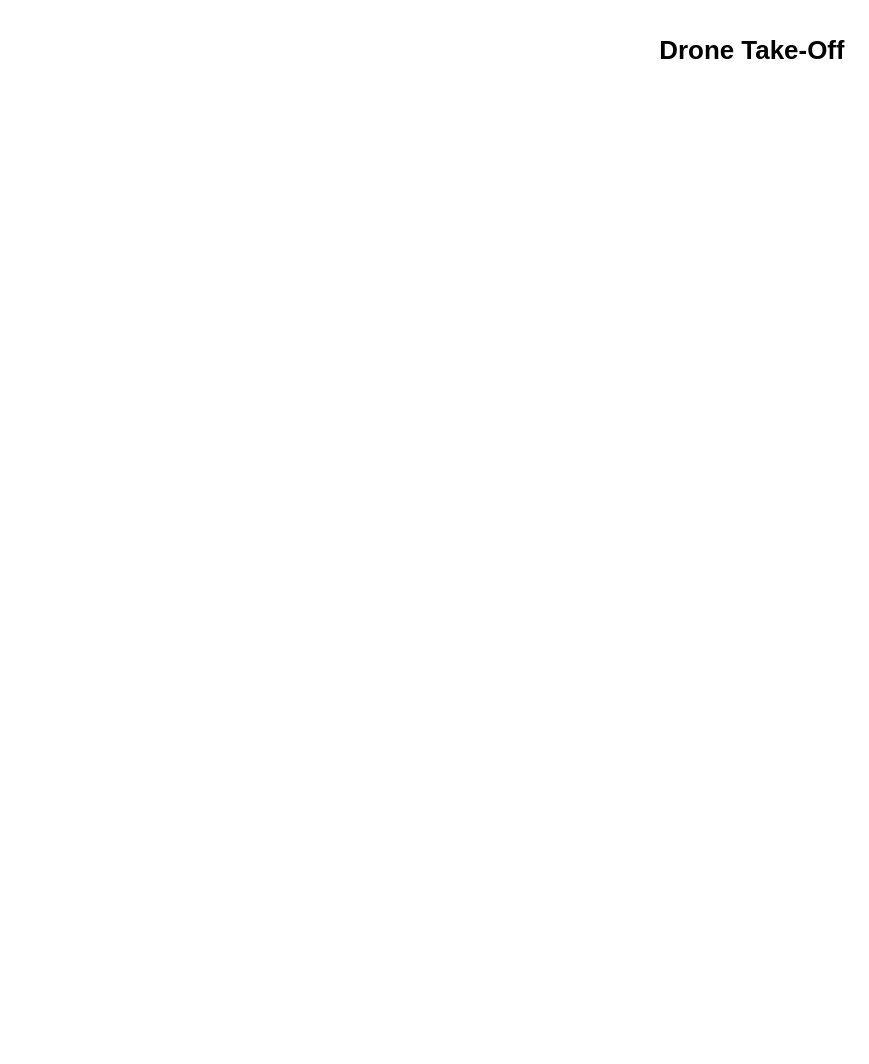
Above: page "Drone-Take-Off" (6 of 9) of Drawio-Diagrams/Nest Behavioral Diagrams Fall-2020.drawio in impress-msu/Documentation (draw.io), before the change. Source tidied: cells renumbered, new cells numbered last; positions are measured from the earlier drawing's top-left corner, leaving out a move shared by most shapes. Both pictures are drawn from the tidied source at 108%, with x=0, y=0 at pixel (634, 29).
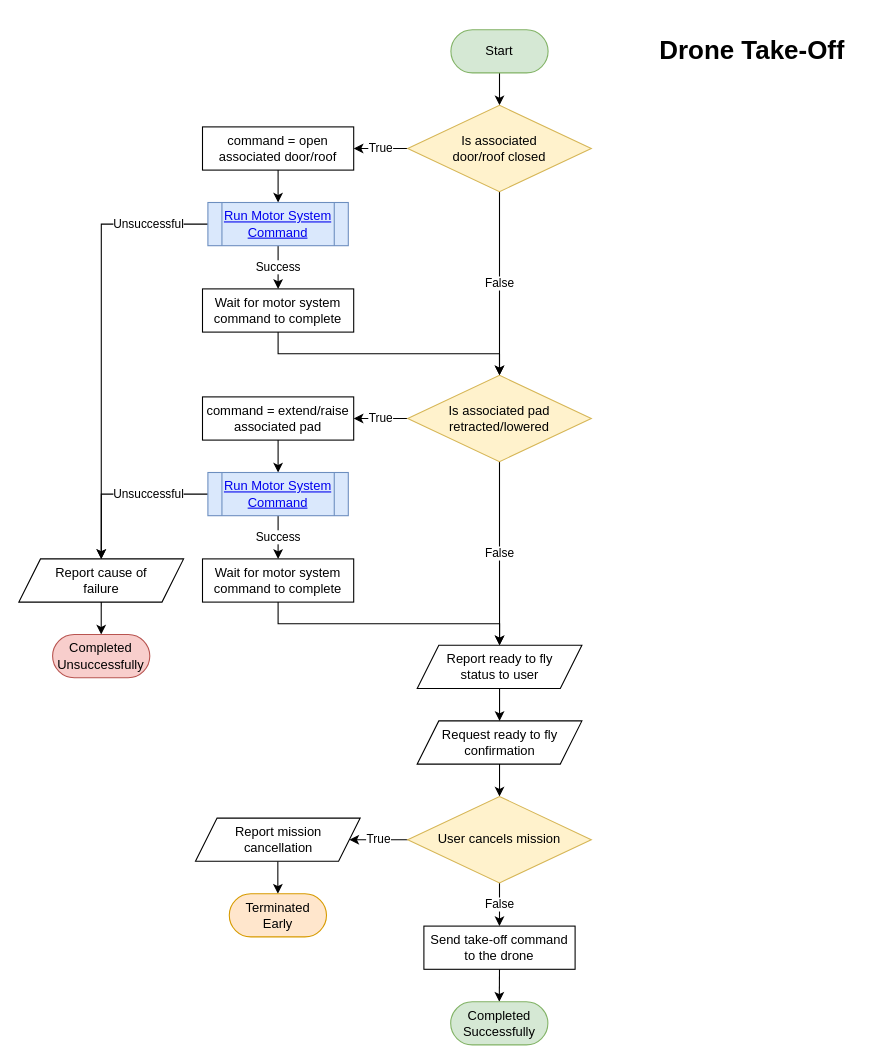
The same diagram, later.

Commit message (it also covers changes not shown here):
Added take-off and landing diagrams

Change to the diagram source:
```diff
@@
+    <mxCell id="3" style="edgeStyle=orthogonalEdgeStyle;rounded=0;jettySize=auto;html=1;exitX=0.5;exitY=1;exitDx=0;exitDy=0;entryX=0.5;entryY=0;entryDx=0;entryDy=0;" parent="1" edge="1" source="4" target="7">
+      <mxGeometry relative="1" as="geometry" />
+    </mxCell>
+    <mxCell id="4" value="Start" style="rounded=1;whiteSpace=wrap;html=1;arcSize=50;fillColor=#d5e8d4;strokeColor=#82b366;" parent="1" vertex="1">
+      <mxGeometry x="-170" width="90" height="40" as="geometry" />
+    </mxCell>
+    <mxCell id="5" value="True" style="edgeStyle=orthogonalEdgeStyle;rounded=0;jettySize=auto;html=1;exitX=0;exitY=0.5;exitDx=0;exitDy=0;entryX=1;entryY=0.5;entryDx=0;entryDy=0;" parent="1" edge="1" source="7" target="12">
+      <mxGeometry relative="1" as="geometry" />
+    </mxCell>
+    <mxCell id="6" value="False" style="edgeStyle=orthogonalEdgeStyle;rounded=0;jettySize=auto;html=1;exitX=0.5;exitY=1;exitDx=0;exitDy=0;" parent="1" edge="1" source="7" target="10">
+      <mxGeometry relative="1" as="geometry" />
+    </mxCell>
+    <mxCell id="7" value="Is associated &#10;door/roof closed" style="rhombus;whiteSpace=wrap;spacing=20;spacingLeft=0;fillColor=#fff2cc;strokeColor=#d6b656;" parent="1" vertex="1">
+      <mxGeometry x="-210" y="70" width="170" height="80" as="geometry" />
+    </mxCell>
+    <mxCell id="8" value="True" style="edgeStyle=orthogonalEdgeStyle;rounded=0;jettySize=auto;html=1;exitX=0;exitY=0.5;exitDx=0;exitDy=0;entryX=1;entryY=0.5;entryDx=0;entryDy=0;" parent="1" edge="1" source="10" target="14">
+      <mxGeometry relative="1" as="geometry" />
+    </mxCell>
+    <mxCell id="9" value="False" style="edgeStyle=orthogonalEdgeStyle;rounded=0;jettySize=auto;html=1;exitX=0.5;exitY=1;exitDx=0;exitDy=0;entryX=0.5;entryY=0;entryDx=0;entryDy=0;" parent="1" edge="1" source="10" target="25">
+      <mxGeometry relative="1" as="geometry" />
+    </mxCell>
+    <mxCell id="10" value="Is associated pad retracted/lowered" style="rhombus;whiteSpace=wrap;spacing=20;spacingLeft=0;fillColor=#fff2cc;strokeColor=#d6b656;" parent="1" vertex="1">
+      <mxGeometry x="-210" y="320" width="170" height="80" as="geometry" />
+    </mxCell>
+    <mxCell id="11" style="edgeStyle=orthogonalEdgeStyle;rounded=0;jettySize=auto;html=1;exitX=0.5;exitY=1;exitDx=0;exitDy=0;entryX=0.5;entryY=0;entryDx=0;entryDy=0;" parent="1" edge="1" source="12" target="17">
+      <mxGeometry relative="1" as="geometry" />
+    </mxCell>
+    <mxCell id="12" value="command = open associated door/roof" style="rounded=0;whiteSpace=wrap;html=1;" parent="1" vertex="1">
+      <mxGeometry x="-400" y="90" width="140" height="40" as="geometry" />
+    </mxCell>
+    <mxCell id="13" style="edgeStyle=orthogonalEdgeStyle;rounded=0;jettySize=auto;html=1;exitX=0.5;exitY=1;exitDx=0;exitDy=0;entryX=0.5;entryY=0;entryDx=0;entryDy=0;" parent="1" edge="1" source="14" target="20">
+      <mxGeometry relative="1" as="geometry" />
+    </mxCell>
+    <mxCell id="14" value="command = extend/raise associated pad" style="rounded=0;whiteSpace=wrap;html=1;" parent="1" vertex="1">
+      <mxGeometry x="-400" y="340" width="140" height="40" as="geometry" />
+    </mxCell>
+    <mxCell id="15" value="Success" style="edgeStyle=orthogonalEdgeStyle;rounded=0;jettySize=auto;html=1;exitX=0.5;exitY=1;exitDx=0;exitDy=0;entryX=0.5;entryY=0;entryDx=0;entryDy=0;" parent="1" edge="1" source="17" target="37">
+      <mxGeometry relative="1" as="geometry" />
+    </mxCell>
+    <mxCell id="16" value="Unsuccessful" style="edgeStyle=orthogonalEdgeStyle;rounded=0;jettySize=auto;html=1;exitX=0;exitY=0.5;exitDx=0;exitDy=0;entryX=0.5;entryY=0;entryDx=0;entryDy=0;" parent="1" edge="1" source="17" target="22">
+      <mxGeometry x="-0.73" relative="1" as="geometry" />
+    </mxCell>
+    <mxCell id="17" value="&lt;a href=&quot;data:page/id,rtuHvfN65sJRfW5IH7EF&quot;&gt;Run Motor System Command&lt;/a&gt;" style="shape=process;whiteSpace=wrap;html=1;backgroundOutline=1;fillColor=#dae8fc;strokeColor=#6c8ebf;" parent="1" vertex="1">
+      <mxGeometry x="-395" y="160" width="130" height="40" as="geometry" />
+    </mxCell>
+    <mxCell id="18" value="Success" style="edgeStyle=orthogonalEdgeStyle;rounded=0;jettySize=auto;html=1;exitX=0.5;exitY=1;exitDx=0;exitDy=0;entryX=0.5;entryY=0;entryDx=0;entryDy=0;" parent="1" edge="1" source="20" target="39">
+      <mxGeometry relative="1" as="geometry" />
+    </mxCell>
+    <mxCell id="19" value="Unsuccessful" style="edgeStyle=orthogonalEdgeStyle;rounded=0;jettySize=auto;html=1;exitX=0;exitY=0.5;exitDx=0;exitDy=0;entryX=0.5;entryY=0;entryDx=0;entryDy=0;" parent="1" edge="1" source="20" target="22">
+      <mxGeometry x="-0.31" relative="1" as="geometry" />
+    </mxCell>
+    <mxCell id="20" value="&lt;a href=&quot;data:page/id,rtuHvfN65sJRfW5IH7EF&quot;&gt;Run Motor System Command&lt;/a&gt;" style="shape=process;whiteSpace=wrap;html=1;backgroundOutline=1;fillColor=#dae8fc;strokeColor=#6c8ebf;" parent="1" vertex="1">
+      <mxGeometry x="-395" y="410" width="130" height="40" as="geometry" />
+    </mxCell>
+    <mxCell id="21" style="edgeStyle=orthogonalEdgeStyle;rounded=0;jettySize=auto;html=1;exitX=0.5;exitY=1;exitDx=0;exitDy=0;entryX=0.5;entryY=0;entryDx=0;entryDy=0;" parent="1" edge="1" source="22" target="23">
+      <mxGeometry relative="1" as="geometry" />
+    </mxCell>
+    <mxCell id="22" value="Report cause of failure" style="shape=parallelogram;perimeter=parallelogramPerimeter;whiteSpace=wrap;html=1;fixedSize=1;spacing=20;" parent="1" vertex="1">
+      <mxGeometry x="-570" y="490" width="152.5" height="40" as="geometry" />
+    </mxCell>
+    <mxCell id="23" value="Completed Unsuccessfully" style="rounded=1;whiteSpace=wrap;html=1;arcSize=50;fillColor=#f8cecc;strokeColor=#b85450;" parent="1" vertex="1">
+      <mxGeometry x="-538.8" y="560" width="90" height="40" as="geometry" />
+    </mxCell>
+    <mxCell id="24" style="edgeStyle=orthogonalEdgeStyle;rounded=0;jettySize=auto;html=1;exitX=0.5;exitY=1;exitDx=0;exitDy=0;entryX=0.5;entryY=0;entryDx=0;entryDy=0;" parent="1" edge="1" source="25" target="27">
+      <mxGeometry relative="1" as="geometry" />
+    </mxCell>
+    <mxCell id="25" value="Report ready to fly status to user" style="shape=parallelogram;perimeter=parallelogramPerimeter;whiteSpace=wrap;html=1;fixedSize=1;spacing=20;" parent="1" vertex="1">
+      <mxGeometry x="-201.2" y="570" width="152.5" height="40" as="geometry" />
+    </mxCell>
+    <mxCell id="26" style="edgeStyle=orthogonalEdgeStyle;rounded=0;jettySize=auto;html=1;exitX=0.5;exitY=1;exitDx=0;exitDy=0;entryX=0.5;entryY=0;entryDx=0;entryDy=0;" parent="1" edge="1" source="27" target="30">
+      <mxGeometry relative="1" as="geometry" />
+    </mxCell>
+    <mxCell id="27" value="Request ready to fly confirmation" style="shape=parallelogram;perimeter=parallelogramPerimeter;whiteSpace=wrap;html=1;fixedSize=1;spacing=20;" parent="1" vertex="1">
+      <mxGeometry x="-201.2" y="640" width="152.5" height="40" as="geometry" />
+    </mxCell>
+    <mxCell id="28" value="True" style="edgeStyle=orthogonalEdgeStyle;rounded=0;jettySize=auto;html=1;exitX=0;exitY=0.5;exitDx=0;exitDy=0;entryX=1;entryY=0.5;entryDx=0;entryDy=0;" parent="1" edge="1" source="30" target="32">
+      <mxGeometry relative="1" as="geometry" />
+    </mxCell>
+    <mxCell id="29" value="False" style="edgeStyle=orthogonalEdgeStyle;rounded=0;jettySize=auto;html=1;exitX=0.5;exitY=1;exitDx=0;exitDy=0;entryX=0.5;entryY=0;entryDx=0;entryDy=0;" parent="1" edge="1" source="30" target="34">
+      <mxGeometry relative="1" as="geometry" />
+    </mxCell>
+    <mxCell id="30" value="User cancels mission" style="rhombus;whiteSpace=wrap;spacing=20;spacingLeft=0;fillColor=#fff2cc;strokeColor=#d6b656;" parent="1" vertex="1">
+      <mxGeometry x="-210" y="710" width="170" height="80" as="geometry" />
+    </mxCell>
+    <mxCell id="31" style="edgeStyle=orthogonalEdgeStyle;rounded=0;jettySize=auto;html=1;exitX=0.5;exitY=1;exitDx=0;exitDy=0;entryX=0.5;entryY=0;entryDx=0;entryDy=0;" parent="1" edge="1" source="32" target="40">
+      <mxGeometry relative="1" as="geometry" />
+    </mxCell>
+    <mxCell id="32" value="Report mission cancellation" style="shape=parallelogram;perimeter=parallelogramPerimeter;whiteSpace=wrap;html=1;fixedSize=1;spacing=20;" parent="1" vertex="1">
+      <mxGeometry x="-406.5" y="730" width="152.5" height="40" as="geometry" />
+    </mxCell>
+    <mxCell id="33" style="edgeStyle=orthogonalEdgeStyle;rounded=0;jettySize=auto;html=1;exitX=0.5;exitY=1;exitDx=0;exitDy=0;entryX=0.5;entryY=0;entryDx=0;entryDy=0;" parent="1" edge="1" source="34" target="35">
+      <mxGeometry relative="1" as="geometry" />
+    </mxCell>
+    <mxCell id="34" value="Send take-off command to the drone" style="rounded=0;whiteSpace=wrap;html=1;" parent="1" vertex="1">
+      <mxGeometry x="-195" y="830" width="140" height="40" as="geometry" />
+    </mxCell>
+    <mxCell id="35" value="Completed Successfully" style="rounded=1;whiteSpace=wrap;html=1;arcSize=50;fillColor=#d5e8d4;strokeColor=#82b366;" parent="1" vertex="1">
+      <mxGeometry x="-170.2" y="900" width="90" height="40" as="geometry" />
+    </mxCell>
+    <mxCell id="36" style="edgeStyle=orthogonalEdgeStyle;rounded=0;jettySize=auto;html=1;exitX=0.5;exitY=1;exitDx=0;exitDy=0;entryX=0.5;entryY=0;entryDx=0;entryDy=0;" parent="1" edge="1" source="37" target="10">
+      <mxGeometry relative="1" as="geometry">
+        <Array as="points">
+          <mxPoint x="-330" y="300" />
+          <mxPoint x="-125" y="300" />
+        </Array>
+      </mxGeometry>
+    </mxCell>
+    <mxCell id="37" value="Wait for motor system command to complete" style="rounded=0;whiteSpace=wrap;html=1;" parent="1" vertex="1">
+      <mxGeometry x="-400" y="240" width="140" height="40" as="geometry" />
+    </mxCell>
+    <mxCell id="38" style="edgeStyle=orthogonalEdgeStyle;rounded=0;jettySize=auto;html=1;exitX=0.5;exitY=1;exitDx=0;exitDy=0;entryX=0.5;entryY=0;entryDx=0;entryDy=0;" parent="1" edge="1" source="39" target="25">
+      <mxGeometry relative="1" as="geometry">
+        <Array as="points">
+          <mxPoint x="-330" y="550" />
+          <mxPoint x="-125" y="550" />
+        </Array>
+      </mxGeometry>
+    </mxCell>
+    <mxCell id="39" value="Wait for motor system command to complete" style="rounded=0;whiteSpace=wrap;html=1;" parent="1" vertex="1">
+      <mxGeometry x="-400" y="490" width="140" height="40" as="geometry" />
+    </mxCell>
+    <mxCell id="40" value="Terminated Early" style="rounded=1;whiteSpace=wrap;html=1;arcSize=50;fillColor=#ffe6cc;strokeColor=#d79b00;" parent="1" vertex="1">
+      <mxGeometry x="-375.2" y="800" width="90" height="40" as="geometry" />
+    </mxCell>
```
